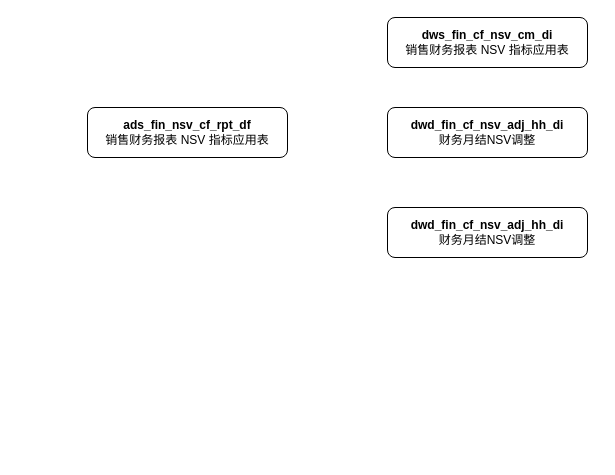
Above: ads_fin_nsv_cf_rpt_df.drawio in fsJerryChan/fsJerryChan (draw.io), before the change. Source tidied: cells renumbered, new cells numbered last; positions are measured from the earlier drawing's top-left corner, leaving out a move shared by most shapes. Both pictures are drawn from the tidied source at 100%, with x=0, y=0 at pixel (87, 17).
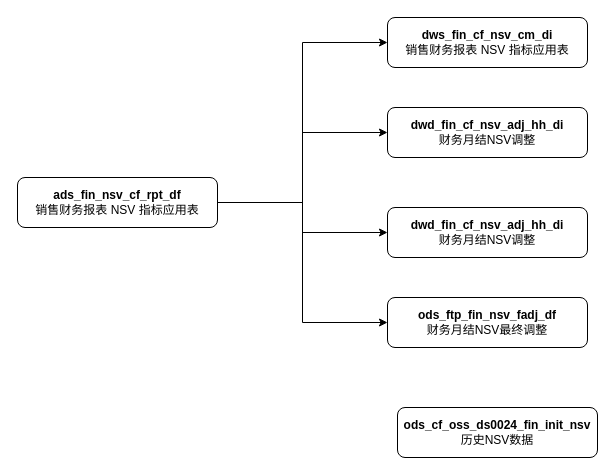
Above is the later version.

What changed in the source:
```diff
@@
 <mxGraphModel>
   <root>
     <mxCell id="0" />
     <mxCell id="1" parent="0" />
+    <mxCell id="6" style="edgeStyle=orthogonalEdgeStyle;rounded=0;jettySize=auto;html=1;entryX=0;entryY=0.5;entryDx=0;entryDy=0;" parent="1" edge="1" source="2" target="3">
+      <mxGeometry relative="1" as="geometry" />
+    </mxCell>
+    <mxCell id="7" style="edgeStyle=orthogonalEdgeStyle;rounded=0;jettySize=auto;html=1;entryX=0;entryY=0.5;entryDx=0;entryDy=0;" parent="1" edge="1" source="2" target="4">
+      <mxGeometry relative="1" as="geometry" />
+    </mxCell>
+    <mxCell id="8" style="edgeStyle=orthogonalEdgeStyle;rounded=0;jettySize=auto;html=1;entryX=0;entryY=0.5;entryDx=0;entryDy=0;" parent="1" edge="1" source="2" target="5">
+      <mxGeometry relative="1" as="geometry" />
+    </mxCell>
+    <mxCell id="9" style="edgeStyle=orthogonalEdgeStyle;rounded=0;jettySize=auto;html=1;entryX=0;entryY=0.5;entryDx=0;entryDy=0;" parent="1" edge="1" source="2" target="10">
+      <mxGeometry relative="1" as="geometry" />
+    </mxCell>
     <mxCell id="2" value="&lt;b&gt;ads_fin_nsv_cf_rpt_df&lt;/b&gt;&lt;div&gt;销售财务报表 NSV 指标应用表&lt;/div&gt;" style="rounded=1;whiteSpace=wrap;html=1;" parent="1" vertex="1">
-      <mxGeometry y="90" width="200" height="50" as="geometry" />
+      <mxGeometry x="-70" y="160" width="200" height="50" as="geometry" />
     </mxCell>
     <mxCell id="3" value="&lt;b&gt;dws_fin_cf_nsv_cm_di&lt;/b&gt;&lt;br&gt;&lt;div&gt;销售财务报表 NSV 指标应用表&lt;/div&gt;" style="rounded=1;whiteSpace=wrap;html=1;" parent="1" vertex="1">
       <mxGeometry x="300" width="200" height="50" as="geometry" />
     </mxCell>
     <mxCell id="4" value="&lt;b&gt;dwd_fin_cf_nsv_adj_hh_di&lt;/b&gt;&lt;br&gt;&lt;div&gt;财务月结NSV调整&lt;/div&gt;" style="rounded=1;whiteSpace=wrap;html=1;" parent="1" vertex="1">
       <mxGeometry x="300" y="90" width="200" height="50" as="geometry" />
     </mxCell>
     <mxCell id="5" value="&lt;b&gt;dwd_fin_cf_nsv_adj_hh_di&lt;/b&gt;&lt;br&gt;&lt;div&gt;财务月结NSV调整&lt;/div&gt;" style="rounded=1;whiteSpace=wrap;html=1;" parent="1" vertex="1">
       <mxGeometry x="300" y="190" width="200" height="50" as="geometry" />
     </mxCell>
+    <mxCell id="10" value="&lt;b&gt;ods_ftp_fin_nsv_fadj_df&lt;/b&gt;&lt;br&gt;&lt;div&gt;财务月结NSV最终调整&lt;/div&gt;" style="rounded=1;whiteSpace=wrap;html=1;" parent="1" vertex="1">
+      <mxGeometry x="300" y="280" width="200" height="50" as="geometry" />
+    </mxCell>
+    <mxCell id="11" value="&lt;b&gt;ods_cf_oss_ds0024_fin_init_nsv&lt;/b&gt;&lt;br&gt;&lt;div&gt;历史NSV数据&lt;/div&gt;" style="rounded=1;whiteSpace=wrap;html=1;" parent="1" vertex="1">
+      <mxGeometry x="310" y="390" width="200" height="50" as="geometry" />
+    </mxCell>
   </root>
 </mxGraphModel>
```
